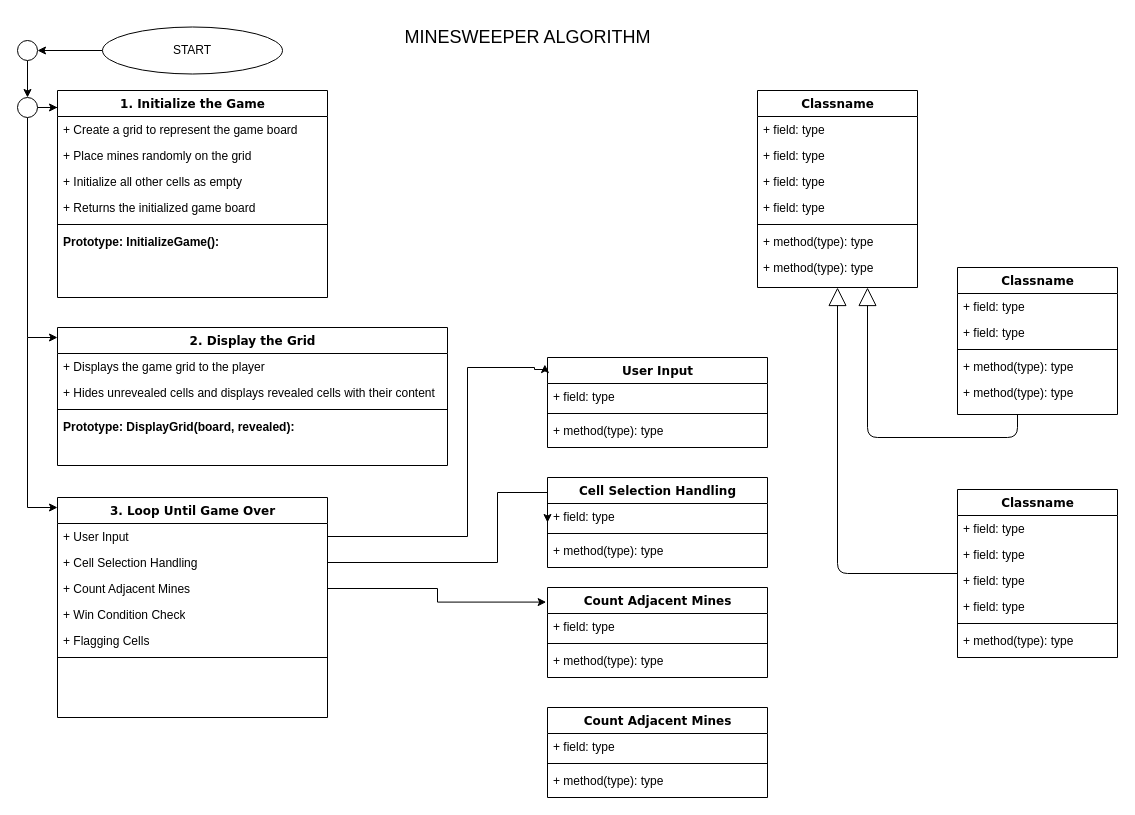
lawalTheWest/minesweeper keeps this draw.io diagram as Minesweeper.drawio. Above is the earlier version. Source tidied: cells renumbered, new cells numbered last; positions are measured from the earlier drawing's top-left corner, leaving out a move shared by most shapes. Both pictures are drawn from the tidied source at 100%, with x=0, y=0 at pixel (17, 17).
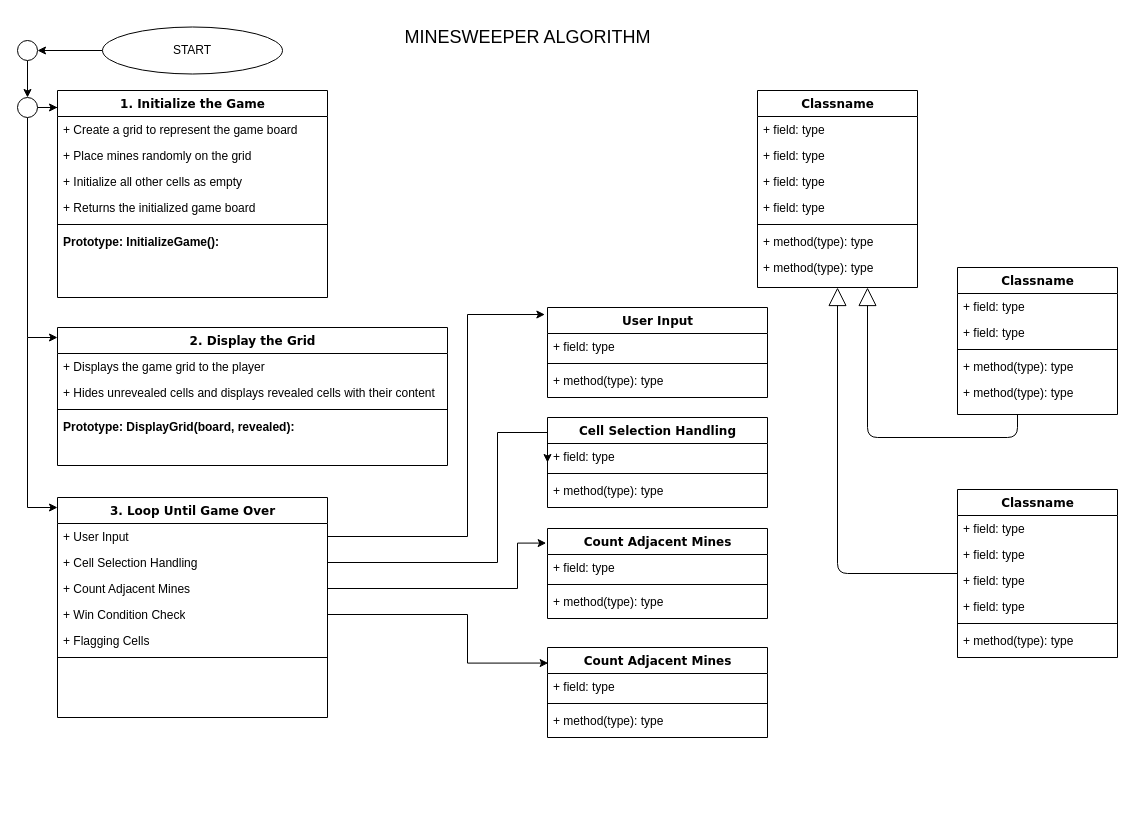
After the change.

Unchanged cells that the change refers to:
```xml
<mxCell id="27" value="+&amp;nbsp;User Input" style="text;html=1;strokeColor=none;fillColor=none;align=left;verticalAlign=top;spacingLeft=4;spacingRight=4;whiteSpace=wrap;overflow=hidden;points=[[0,0.5],[1,0.5]];portConstraint=eastwest;" parent="26" vertex="1">
  <mxGeometry y="26" width="270" height="26" as="geometry" />
</mxCell>
<mxCell id="28" value="+&amp;nbsp;Cell Selection Handling" style="text;html=1;strokeColor=none;fillColor=none;align=left;verticalAlign=top;spacingLeft=4;spacingRight=4;whiteSpace=wrap;overflow=hidden;points=[[0,0.5],[1,0.5]];portConstraint=eastwest;" parent="26" vertex="1">
  <mxGeometry y="52" width="270" height="26" as="geometry" />
</mxCell>
<mxCell id="29" value="+ Count Adjacent Mines" style="text;html=1;strokeColor=none;fillColor=none;align=left;verticalAlign=top;spacingLeft=4;spacingRight=4;whiteSpace=wrap;overflow=hidden;points=[[0,0.5],[1,0.5]];portConstraint=eastwest;" parent="26" vertex="1">
  <mxGeometry y="78" width="270" height="26" as="geometry" />
</mxCell>
<mxCell id="30" value="+ Win Condition Check" style="text;html=1;strokeColor=none;fillColor=none;align=left;verticalAlign=top;spacingLeft=4;spacingRight=4;whiteSpace=wrap;overflow=hidden;points=[[0,0.5],[1,0.5]];portConstraint=eastwest;" parent="26" vertex="1">
  <mxGeometry y="104" width="270" height="26" as="geometry" />
</mxCell>
```

Diff of the diagram source:
```diff
@@
     <mxCell id="9" value="User Input" style="swimlane;html=1;fontStyle=1;align=center;verticalAlign=top;horizontal=1;startSize=26;swimlaneFillColor=#ffffff;rounded=0;shadow=0;comic=0;labelBackgroundColor=none;strokeWidth=1;fillColor=none;fontFamily=Verdana;fontSize=12;" parent="1" vertex="1">
-      <mxGeometry x="530" y="340" width="220" height="90" as="geometry" />
+      <mxGeometry x="530" y="290" width="220" height="90" as="geometry" />
     </mxCell>
@@
     <mxCell id="33" value="Cell Selection Handling" style="swimlane;html=1;fontStyle=1;align=center;verticalAlign=top;horizontal=1;startSize=26;swimlaneFillColor=#ffffff;rounded=0;shadow=0;comic=0;labelBackgroundColor=none;strokeWidth=1;fillColor=none;fontFamily=Verdana;fontSize=12;" parent="1" vertex="1">
-      <mxGeometry x="530" y="460" width="220" height="90" as="geometry" />
+      <mxGeometry x="530" y="400" width="220" height="90" as="geometry" />
     </mxCell>
@@
     <mxCell id="61" style="edgeStyle=orthogonalEdgeStyle;rounded=0;jettySize=auto;html=1;entryX=-0.012;entryY=0.078;entryDx=0;entryDy=0;entryPerimeter=0;" parent="1" edge="1" source="27" target="9">
       <mxGeometry relative="1" as="geometry">
         <Array as="points">
           <mxPoint x="450" y="519" />
-          <mxPoint x="450" y="350" />
-          <mxPoint x="517" y="350" />
-          <mxPoint x="517" y="352" />
+          <mxPoint x="450" y="297" />
         </Array>
       </mxGeometry>
     </mxCell>
     <mxCell id="62" style="edgeStyle=orthogonalEdgeStyle;rounded=0;jettySize=auto;html=1;entryX=0;entryY=0.5;entryDx=0;entryDy=0;" parent="1" edge="1" source="28" target="33">
       <mxGeometry relative="1" as="geometry">
         <Array as="points">
           <mxPoint x="480" y="545" />
-          <mxPoint x="480" y="475" />
+          <mxPoint x="480" y="415" />
         </Array>
       </mxGeometry>
     </mxCell>
     <mxCell id="63" value="Count Adjacent Mines" style="swimlane;html=1;fontStyle=1;align=center;verticalAlign=top;horizontal=1;startSize=26;swimlaneFillColor=#ffffff;rounded=0;shadow=0;comic=0;labelBackgroundColor=none;strokeWidth=1;fillColor=none;fontFamily=Verdana;fontSize=12;" parent="1" vertex="1">
-      <mxGeometry x="530" y="570" width="220" height="90" as="geometry" />
+      <mxGeometry x="530" y="511" width="220" height="90" as="geometry" />
     </mxCell>
@@
     <mxCell id="67" value="Count Adjacent Mines" style="swimlane;html=1;fontStyle=1;align=center;verticalAlign=top;horizontal=1;startSize=26;swimlaneFillColor=#ffffff;rounded=0;shadow=0;comic=0;labelBackgroundColor=none;strokeWidth=1;fillColor=none;fontFamily=Verdana;fontSize=12;" parent="1" vertex="1">
-      <mxGeometry x="530" y="690" width="220" height="90" as="geometry" />
+      <mxGeometry x="530" y="630" width="220" height="90" as="geometry" />
     </mxCell>
@@
     <mxCell id="71" style="edgeStyle=orthogonalEdgeStyle;rounded=0;jettySize=auto;html=1;entryX=-0.006;entryY=0.162;entryDx=0;entryDy=0;entryPerimeter=0;" parent="1" edge="1" source="29" target="63">
-      <mxGeometry relative="1" as="geometry" />
+      <mxGeometry relative="1" as="geometry">
+        <Array as="points">
+          <mxPoint x="500" y="571" />
+          <mxPoint x="500" y="526" />
+        </Array>
+      </mxGeometry>
     </mxCell>
+    <mxCell id="72" style="edgeStyle=orthogonalEdgeStyle;rounded=0;jettySize=auto;html=1;entryX=0.003;entryY=0.173;entryDx=0;entryDy=0;entryPerimeter=0;" parent="1" edge="1" source="30" target="67">
+      <mxGeometry relative="1" as="geometry">
+        <Array as="points">
+          <mxPoint x="450" y="597" />
+          <mxPoint x="450" y="646" />
+        </Array>
+      </mxGeometry>
+    </mxCell>
```
